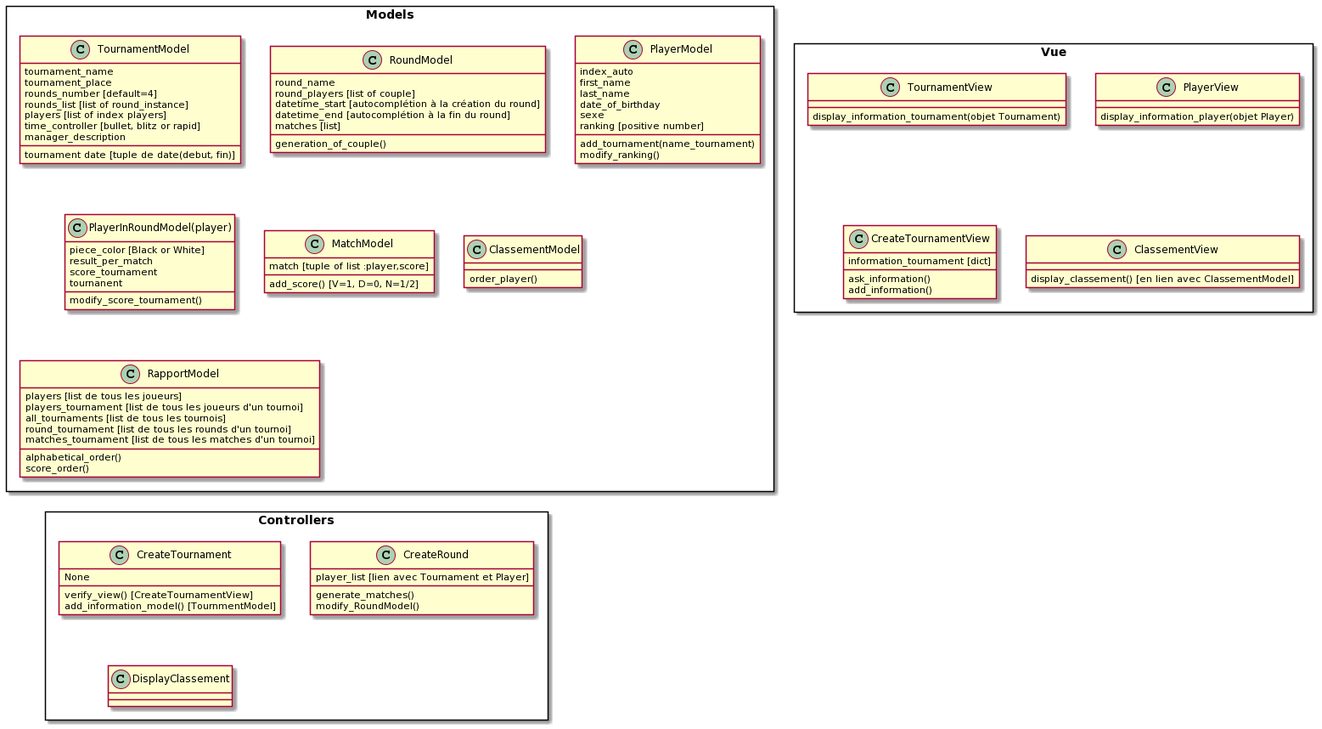
Before: diagramme_classe.png, a diagram exported from PlantUML (AnaisG14/P4_chess_tournament).
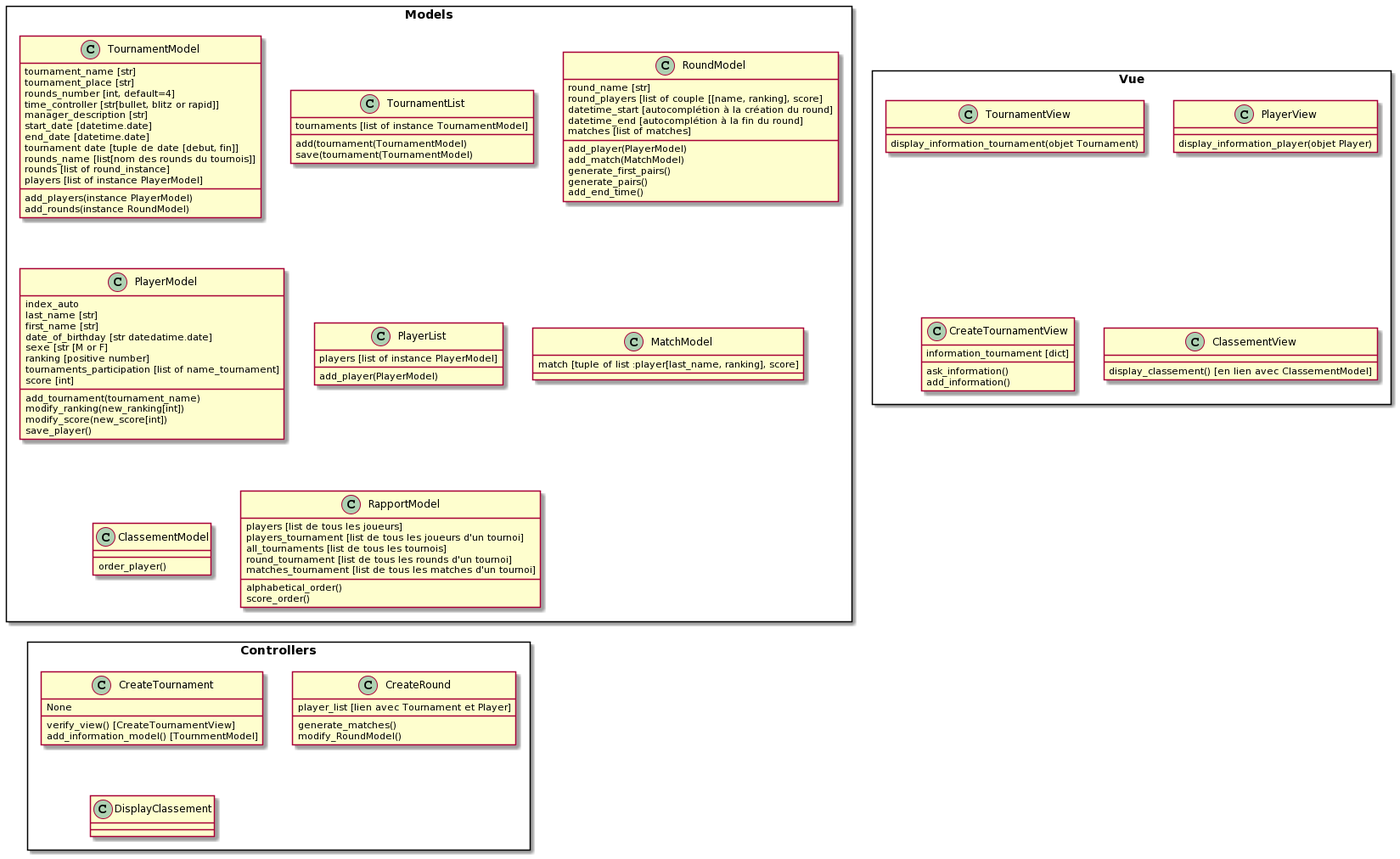
After the commit.

The edit, as a diff of the source:
```diff
@@ -1,50 +1,62 @@
 @startuml
 Rectangle Models{
 class TournamentModel {
-tournament_name
-tournament_place
-tournament date [tuple de date(debut, fin)]
-rounds_number [default=4]
-rounds_list [list of round_instance]
-players [list of index players]
-time_controller [bullet, blitz or rapid]
-manager_description
+tournament_name [str]
+tournament_place [str]
+rounds_number [int, default=4]
+time_controller [str[bullet, blitz or rapid]]
+manager_description [str]
+start_date [datetime.date]
+end_date [datetime.date]
+tournament date [tuple de date [debut, fin]]
+rounds_name [list[nom des rounds du tournois]]
+rounds [list of round_instance]
+players [list of instance PlayerModel]
+add_players(instance PlayerModel)
+add_rounds(instance RoundModel)
+}
+
+class TournamentList {
+tournaments [list of instance TournamentModel]
+add(tournament(TournamentModel)
+save(tournament(TournamentModel)
 }
 
 class RoundModel {
-round_name
-round_players [list of couple]
+round_name [str]
+round_players [list of couple [[name, ranking], score]
 datetime_start [autocomplétion à la création du round]
 datetime_end [autocomplétion à la fin du round]
-matches [list]
-
-generation_of_couple()
+matches [list of matches]
+add_player(PlayerModel)
+add_match(MatchModel)
+generate_first_pairs()
+generate_pairs()
+add_end_time()
 }
 
 class PlayerModel {
 index_auto
-first_name
-last_name
-date_of_birthday
-sexe
+last_name [str]
+first_name [str]
+date_of_birthday [str datedatime.date]
+sexe [str [M or F]
 ranking [positive number]
-
-add_tournament(name_tournament)
-modify_ranking()
+tournaments_participation [list of name_tournament]
+score [int]
+add_tournament(tournament_name)
+modify_ranking(new_ranking[int])
+modify_score(new_score[int])
+save_player()
 }
 
-class PlayerInRoundModel(player) {
-piece_color [Black or White]
-result_per_match
-score_tournament
-tournanent
-
-modify_score_tournament()
+class PlayerList {
+players [list of instance PlayerModel]
+add_player(PlayerModel)
 }
 
 class MatchModel {
-match [tuple of list :player,score]
-add_score() [V=1, D=0, N=1/2]
+match [tuple of list :player[last_name, ranking], score]
 }
 
 class ClassementModel {
```
